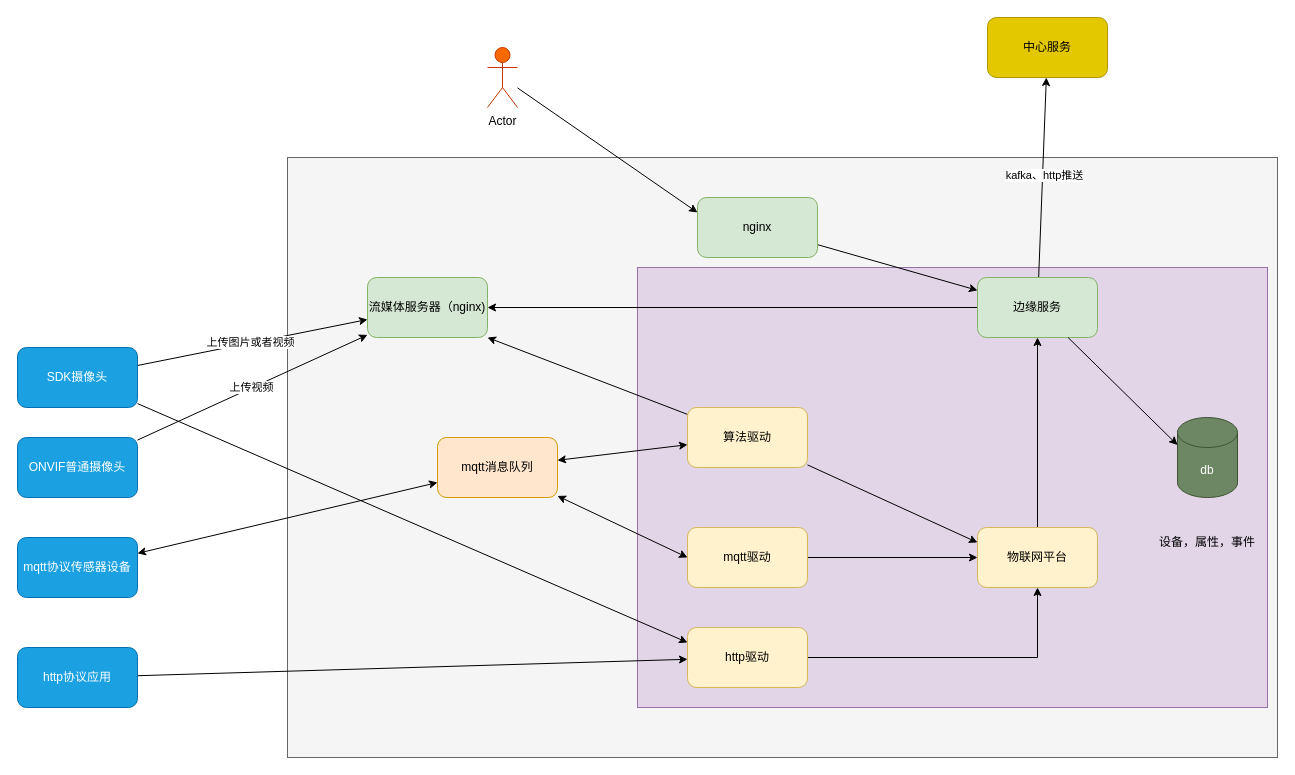
The draw.io diagram 智能小区.drawio in hehehuai/idraw, before the edit. Source tidied: cells renumbered, new cells numbered last; positions are measured from the earlier drawing's top-left corner, leaving out a move shared by most shapes. Both pictures are drawn from the tidied source at 100%, with x=0, y=0 at pixel (17, 17).
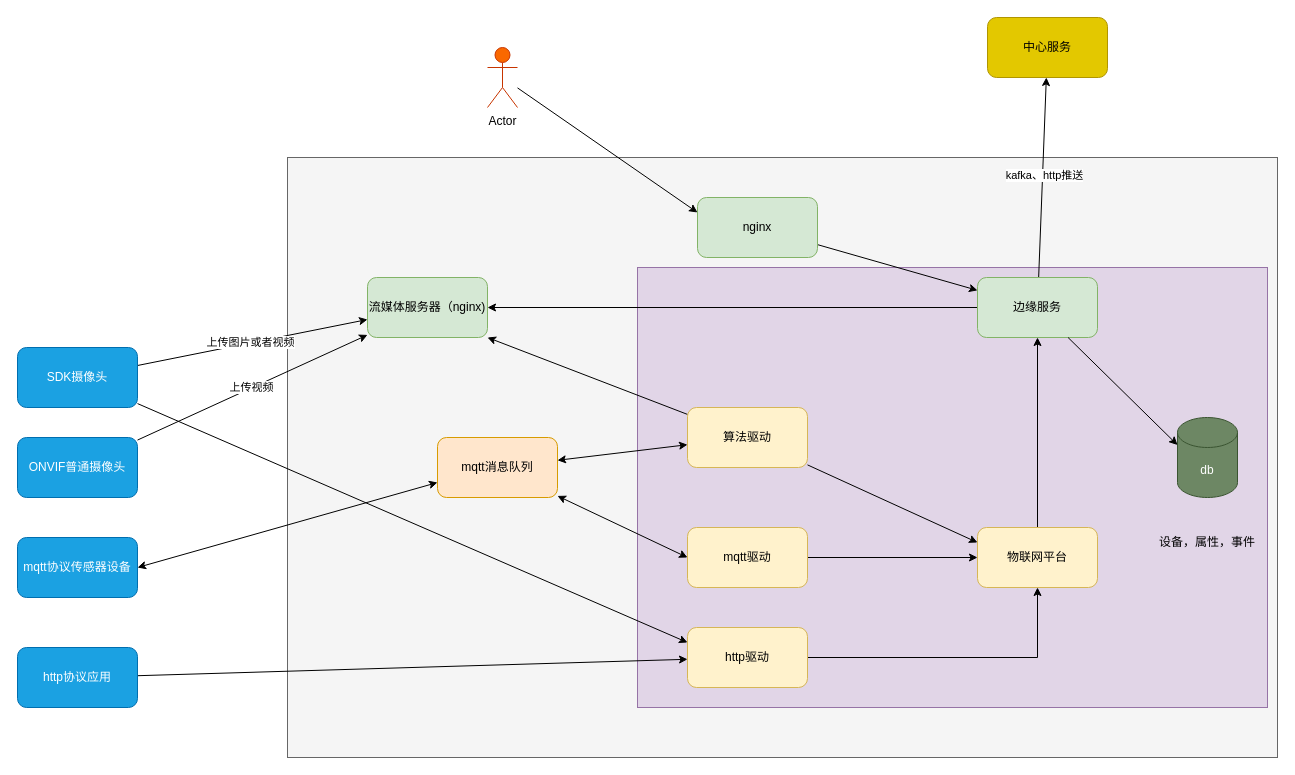
Above is the later version.

Commit message (it also covers changes not shown here):
更新智能小区.drawio

The change refers to these unchanged cells:
```xml
<mxCell id="12" value="mqtt协议传感器设备" style="rounded=1;whiteSpace=wrap;html=1;fillColor=#1ba1e2;fontColor=#ffffff;strokeColor=#006EAF;" parent="1" vertex="1">
  <mxGeometry y="520" width="120" height="60" as="geometry" />
</mxCell>
<mxCell id="16" value="mqtt消息队列" style="rounded=1;whiteSpace=wrap;html=1;fillColor=#ffe6cc;strokeColor=#d79b00;" parent="1" vertex="1">
  <mxGeometry x="420" y="420" width="120" height="60" as="geometry" />
</mxCell>
```

What changed in the source:
```diff
@@
-    <mxCell id="11" style="rounded=0;jettySize=auto;html=1;entryX=0;entryY=0.75;entryDx=0;entryDy=0;startArrow=classic;startFill=1;" parent="1" edge="1" source="12" target="16">
+    <mxCell id="11" style="rounded=0;jettySize=auto;html=1;entryX=0;entryY=0.75;entryDx=0;entryDy=0;startArrow=classic;startFill=1;exitX=1;exitY=0.5;exitDx=0;exitDy=0;exitPerimeter=0;" parent="1" edge="1" source="12" target="16">
       <mxGeometry relative="1" as="geometry" />
     </mxCell>
```
